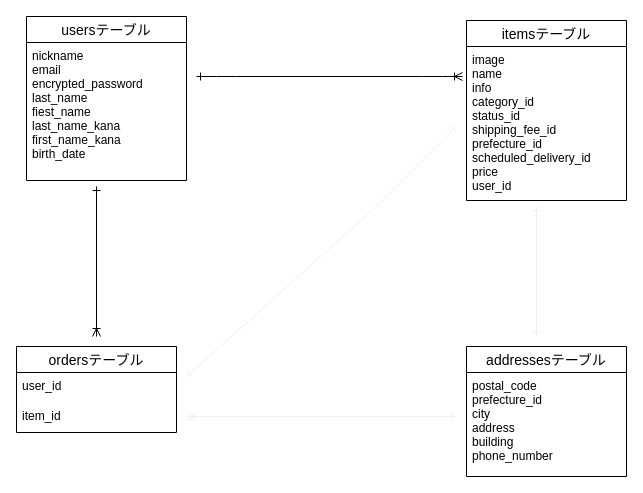
Above: er.dio in motty00/furima-34467 (draw.io), before the change. Source tidied: cells renumbered, new cells numbered last; positions are measured from the earlier drawing's top-left corner, leaving out a move shared by most shapes. Both pictures are drawn from the tidied source at 100%, with x=0, y=0 at pixel (16, 16).
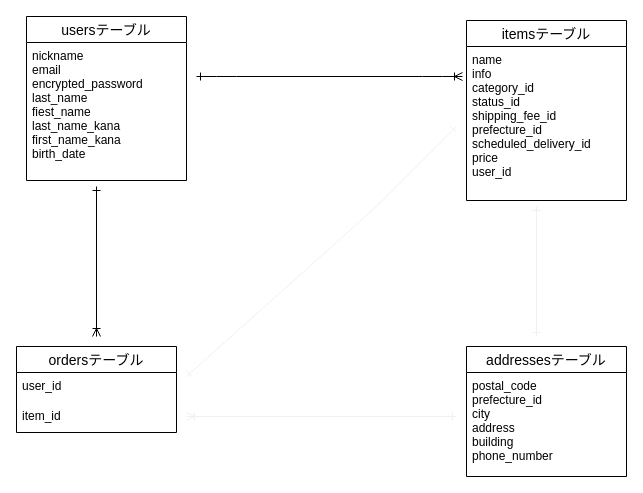
Above is the later version.

Commit message (it also covers changes not shown here):
itemsテーブルのimageカラムの削除

Unchanged cells that the change refers to:
```xml
<mxCell id="4" value="itemsテーブル" style="swimlane;fontStyle=0;horizontal=1;startSize=26;align=center;fontSize=14;" parent="1" vertex="1">
  <mxGeometry x="450" y="4" width="160" height="180" as="geometry" />
</mxCell>
```

The edit, as a diff of the source:
```diff
@@
-    <mxCell id="5" value="image&#10;name&#10;info&#10;category_id&#10;status_id&#10;shipping_fee_id&#10;prefecture_id&#10;scheduled_delivery_id&#10;price&#10;user_id&#10;" style="text;strokeColor=none;fillColor=none;spacingLeft=4;spacingRight=4;overflow=hidden;fontSize=12;" parent="4" vertex="1">
+    <mxCell id="5" value="name&#10;info&#10;category_id&#10;status_id&#10;shipping_fee_id&#10;prefecture_id&#10;scheduled_delivery_id&#10;price&#10;user_id&#10;" style="text;strokeColor=none;fillColor=none;spacingLeft=4;spacingRight=4;overflow=hidden;fontSize=12;" parent="4" vertex="1">
       <mxGeometry y="26" width="160" height="154" as="geometry" />
     </mxCell>
```
